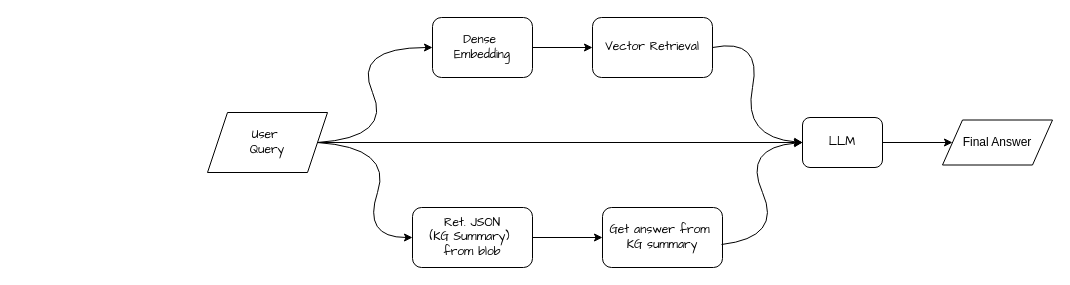
The draw.io diagram page "T-mobile Fast" (6 of 8) of docs/genai_pipeline 1.drawio in snklpee/EnhancedRAG, before the edit. Source tidied: cells renumbered, new cells numbered last; positions are measured from the earlier drawing's top-left corner, leaving out a move shared by most shapes. Both pictures are drawn from the tidied source at 100%, with x=0, y=0 at pixel (207, 17).
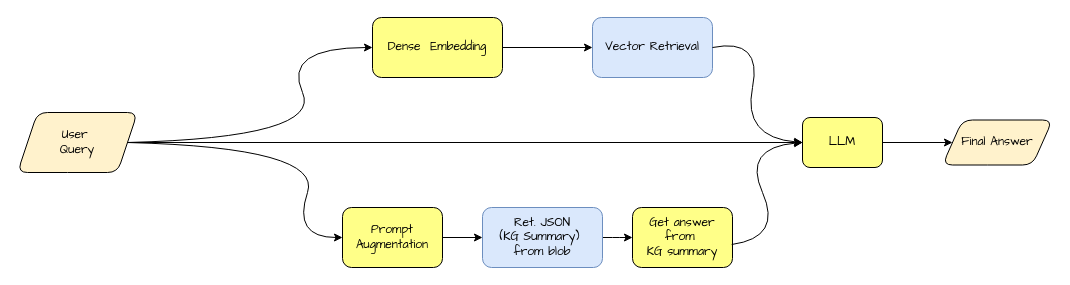
Above is the later version.

Diff of the diagram source:
```diff
@@
-    <mxCell id="2" value="User&amp;nbsp;&lt;div&gt;Query&lt;/div&gt;" style="shape=parallelogram;perimeter=parallelogramPerimeter;whiteSpace=wrap;html=1;fixedSize=1;fontFamily=Architects Daughter;" parent="1" vertex="1">
-      <mxGeometry y="95" width="120" height="60" as="geometry" />
+    <mxCell id="2" value="User&amp;nbsp;&lt;div&gt;Query&lt;/div&gt;" style="shape=parallelogram;perimeter=parallelogramPerimeter;whiteSpace=wrap;html=1;fixedSize=1;fontFamily=Architects Daughter;fillColor=#FFF2CC;strokeWidth=1;rounded=1;" parent="1" vertex="1">
+      <mxGeometry x="-190" y="95" width="120" height="60" as="geometry" />
     </mxCell>
-    <mxCell id="3" style="edgeStyle=orthogonalEdgeStyle;rounded=0;jettySize=auto;html=1;fontFamily=Architects Daughter;" parent="1" edge="1" source="4" target="5">
+    <mxCell id="3" style="edgeStyle=orthogonalEdgeStyle;rounded=1;jettySize=auto;html=1;fontFamily=Architects Daughter;strokeWidth=1;" parent="1" edge="1" source="4" target="5">
       <mxGeometry relative="1" as="geometry" />
     </mxCell>
-    <mxCell id="4" value="Dense&amp;nbsp;&lt;div&gt;Embedding&lt;/div&gt;" style="rounded=1;whiteSpace=wrap;html=1;fontFamily=Architects Daughter;" parent="1" vertex="1">
-      <mxGeometry x="225" width="100" height="60" as="geometry" />
+    <mxCell id="4" value="Dense&amp;nbsp;&amp;nbsp;&lt;span style=&quot;background-color: transparent; color: light-dark(rgb(0, 0, 0), rgb(255, 255, 255));&quot;&gt;Embedding&lt;/span&gt;" style="rounded=1;whiteSpace=wrap;html=1;fontFamily=Architects Daughter;fillColor=#FFFF88;strokeWidth=1;" parent="1" vertex="1">
+      <mxGeometry x="165" width="130" height="60" as="geometry" />
     </mxCell>
-    <mxCell id="5" value="Vector Retrieval" style="rounded=1;whiteSpace=wrap;html=1;fontFamily=Architects Daughter;" parent="1" vertex="1">
+    <mxCell id="5" value="Vector Retrieval" style="rounded=1;whiteSpace=wrap;html=1;fontFamily=Architects Daughter;fillColor=#dae8fc;strokeColor=#6c8ebf;strokeWidth=1;" parent="1" vertex="1">
       <mxGeometry x="385" width="120" height="60" as="geometry" />
     </mxCell>
-    <mxCell id="6" style="edgeStyle=orthogonalEdgeStyle;rounded=0;jettySize=auto;html=1;fontFamily=Architects Daughter;" parent="1" edge="1" source="7" target="8">
+    <mxCell id="6" style="edgeStyle=orthogonalEdgeStyle;rounded=1;jettySize=auto;html=1;fontFamily=Architects Daughter;strokeWidth=1;" parent="1" edge="1" source="7" target="8">
       <mxGeometry relative="1" as="geometry" />
     </mxCell>
-    <mxCell id="7" value="Ret. JSON&lt;div&gt;(KG Summary)&amp;nbsp;&lt;div&gt;from blob&lt;/div&gt;&lt;/div&gt;" style="rounded=1;whiteSpace=wrap;html=1;fontFamily=Architects Daughter;" parent="1" vertex="1">
-      <mxGeometry x="205" y="190" width="120" height="60" as="geometry" />
+    <mxCell id="7" value="Ret. JSON&lt;div&gt;(KG Summary)&amp;nbsp;&lt;div&gt;from blob&lt;/div&gt;&lt;/div&gt;" style="rounded=1;whiteSpace=wrap;html=1;fontFamily=Architects Daughter;fillColor=#dae8fc;strokeColor=#6c8ebf;strokeWidth=1;" parent="1" vertex="1">
+      <mxGeometry x="275" y="190" width="120" height="60" as="geometry" />
     </mxCell>
-    <mxCell id="8" value="Get answer from&amp;nbsp;&lt;div&gt;KG summary&lt;/div&gt;" style="rounded=1;whiteSpace=wrap;html=1;fontFamily=Architects Daughter;" parent="1" vertex="1">
-      <mxGeometry x="395" y="190" width="120" height="60" as="geometry" />
+    <mxCell id="8" value="Get answer from&amp;nbsp;&lt;div&gt;KG summary&lt;/div&gt;" style="rounded=1;whiteSpace=wrap;html=1;fontFamily=Architects Daughter;fillColor=#FFFF88;strokeWidth=1;" parent="1" vertex="1">
+      <mxGeometry x="425" y="190" width="100" height="60" as="geometry" />
     </mxCell>
-    <mxCell id="9" style="curved=1;endArrow=classic;html=1;rounded=0;exitX=1;exitY=0.5;exitDx=0;exitDy=0;entryX=0;entryY=0.5;entryDx=0;entryDy=0;fontFamily=Architects Daughter;" parent="1" edge="1" source="2" target="4">
+    <mxCell id="9" style="curved=1;endArrow=classic;html=1;rounded=1;exitX=1;exitY=0.5;exitDx=0;exitDy=0;entryX=0;entryY=0.5;entryDx=0;entryDy=0;fontFamily=Architects Daughter;strokeWidth=1;" parent="1" edge="1" source="2" target="4">
       <mxGeometry relative="1" as="geometry">
         <Array as="points">
-          <mxPoint x="185" y="120" />
-          <mxPoint x="145" y="30" />
+          <mxPoint x="115" y="120" />
+          <mxPoint x="75" y="30" />
         </Array>
       </mxGeometry>
     </mxCell>
-    <mxCell id="10" style="curved=1;endArrow=classic;html=1;rounded=0;exitX=1;exitY=0.5;exitDx=0;exitDy=0;entryX=0;entryY=0.5;entryDx=0;entryDy=0;fontFamily=Architects Daughter;" parent="1" edge="1" source="2" target="7">
+    <mxCell id="10" style="curved=1;endArrow=classic;html=1;rounded=1;exitX=1;exitY=0.5;exitDx=0;exitDy=0;entryX=0;entryY=0.5;entryDx=0;entryDy=0;fontFamily=Architects Daughter;strokeWidth=1;" parent="1" edge="1" source="2" target="18">
       <mxGeometry relative="1" as="geometry">
         <Array as="points">
-          <mxPoint x="185" y="130" />
-          <mxPoint x="155" y="220" />
+          <mxPoint x="115" y="130" />
+          <mxPoint x="85" y="220" />
         </Array>
       </mxGeometry>
     </mxCell>
-    <mxCell id="11" style="curved=1;endArrow=classic;html=1;rounded=0;entryX=0;entryY=0.5;entryDx=0;entryDy=0;exitX=1;exitY=0.5;exitDx=0;exitDy=0;fontFamily=Architects Daughter;" parent="1" edge="1" source="5" target="15">
+    <mxCell id="11" style="curved=1;endArrow=classic;html=1;rounded=1;entryX=0;entryY=0.5;entryDx=0;entryDy=0;exitX=1;exitY=0.5;exitDx=0;exitDy=0;fontFamily=Architects Daughter;strokeWidth=1;" parent="1" edge="1" source="5" target="15">
       <mxGeometry relative="1" as="geometry">
         <Array as="points">
           <mxPoint x="555" y="20" />
           <mxPoint x="535" y="120" />
         </Array>
       </mxGeometry>
     </mxCell>
-    <mxCell id="12" style="curved=1;endArrow=classic;html=1;rounded=0;exitX=0.992;exitY=0.617;exitDx=0;exitDy=0;exitPerimeter=0;entryX=0;entryY=0.5;entryDx=0;entryDy=0;fontFamily=Architects Daughter;" parent="1" edge="1" source="8" target="15">
+    <mxCell id="12" style="curved=1;endArrow=classic;html=1;rounded=1;exitX=0.992;exitY=0.617;exitDx=0;exitDy=0;exitPerimeter=0;entryX=0;entryY=0.5;entryDx=0;entryDy=0;fontFamily=Architects Daughter;strokeWidth=1;" parent="1" edge="1" source="8" target="15">
       <mxGeometry relative="1" as="geometry">
         <Array as="points">
           <mxPoint x="575" y="220" />
           <mxPoint x="535" y="130" />
         </Array>
       </mxGeometry>
     </mxCell>
-    <mxCell id="13" style="endArrow=classic;html=1;rounded=0;exitX=1;exitY=0.5;exitDx=0;exitDy=0;entryX=0;entryY=0.5;entryDx=0;entryDy=0;fontFamily=Architects Daughter;" parent="1" edge="1" source="2" target="15">
+    <mxCell id="13" style="endArrow=classic;html=1;rounded=1;exitX=1;exitY=0.5;exitDx=0;exitDy=0;entryX=0;entryY=0.5;entryDx=0;entryDy=0;fontFamily=Architects Daughter;strokeWidth=1;" parent="1" edge="1" source="2" target="15">
       <mxGeometry relative="1" as="geometry" />
     </mxCell>
-    <mxCell id="14" style="edgeStyle=orthogonalEdgeStyle;rounded=0;jettySize=auto;html=1;" parent="1" edge="1" source="15" target="16">
+    <mxCell id="14" style="edgeStyle=orthogonalEdgeStyle;rounded=1;jettySize=auto;html=1;strokeWidth=1;fontFamily=Architects Daughter;" parent="1" edge="1" source="15" target="16">
       <mxGeometry relative="1" as="geometry" />
     </mxCell>
-    <mxCell id="15" value="LLM" style="rounded=1;whiteSpace=wrap;html=1;fontFamily=Architects Daughter;" parent="1" vertex="1">
+    <mxCell id="15" value="LLM" style="rounded=1;whiteSpace=wrap;html=1;fontFamily=Architects Daughter;fillColor=#FFFF88;strokeWidth=1;" parent="1" vertex="1">
       <mxGeometry x="595" y="100" width="80" height="50" as="geometry" />
     </mxCell>
-    <mxCell id="16" value="Final Answer" style="shape=parallelogram;perimeter=parallelogramPerimeter;whiteSpace=wrap;html=1;fixedSize=1;" parent="1" vertex="1">
+    <mxCell id="16" value="Final Answer" style="shape=parallelogram;perimeter=parallelogramPerimeter;whiteSpace=wrap;html=1;fixedSize=1;fillColor=#FFF2CC;strokeWidth=1;fontFamily=Architects Daughter;rounded=1;" parent="1" vertex="1">
       <mxGeometry x="735" y="102.5" width="110" height="45" as="geometry" />
     </mxCell>
+    <mxCell id="17" style="edgeStyle=orthogonalEdgeStyle;rounded=0;jettySize=auto;html=1;" parent="1" edge="1" source="18" target="7">
+      <mxGeometry relative="1" as="geometry" />
+    </mxCell>
+    <mxCell id="18" value="Prompt Augmentation" style="rounded=1;whiteSpace=wrap;html=1;fontFamily=Architects Daughter;fillColor=#FFFF88;strokeWidth=1;" parent="1" vertex="1">
+      <mxGeometry x="135" y="190" width="100" height="60" as="geometry" />
+    </mxCell>
```
